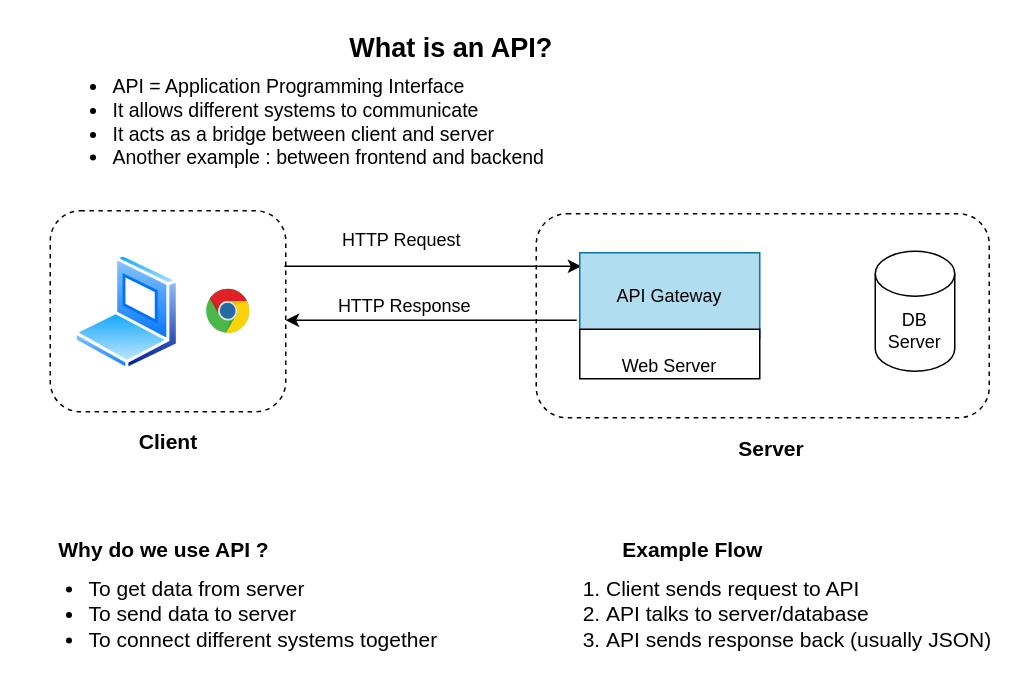
phyowaihtoon/JavaScriptCourse-Batch1 keeps this draw.io diagram as page "API" (7 of 10) of JS Client Server.drawio. Above is the earlier version. Source tidied: cells renumbered, new cells numbered last; positions are measured from the earlier drawing's top-left corner, leaving out a move shared by most shapes. Both pictures are drawn from the tidied source at 150%, with x=0, y=0 at pixel (26, 26).
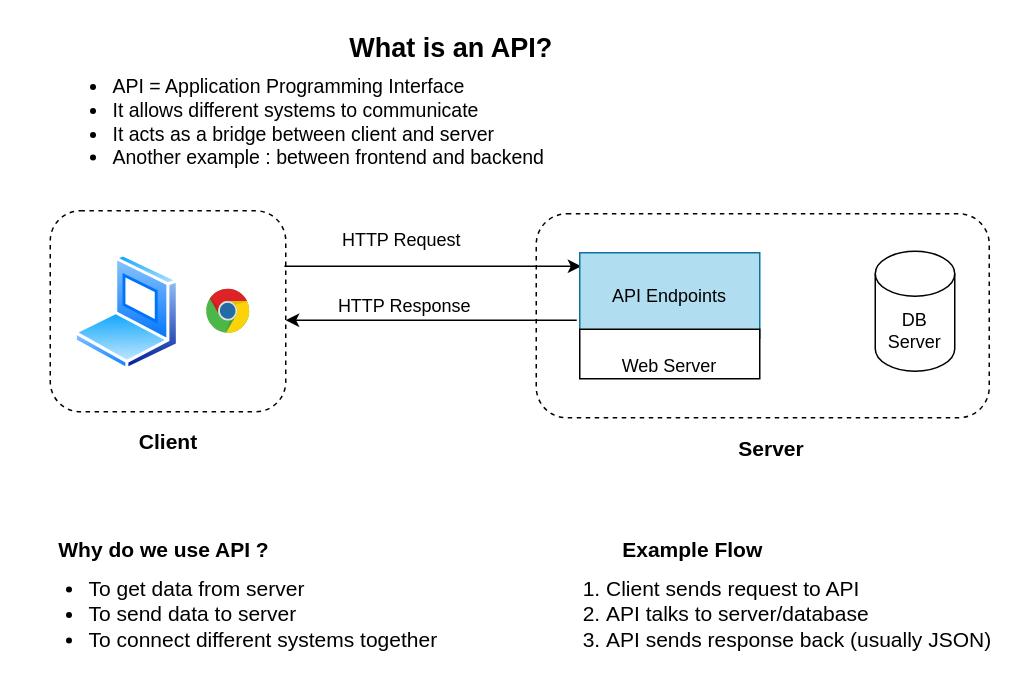
After the change.

The edit, as a diff of the source:
```diff
@@
-    <mxCell id="12" value="API Gateway" style="rounded=0;whiteSpace=wrap;html=1;fillColor=#b1ddf0;strokeColor=#10739e;" parent="1" vertex="1">
+    <mxCell id="12" value="API Endpoints" style="rounded=0;whiteSpace=wrap;html=1;fillColor=#b1ddf0;strokeColor=#10739e;" parent="1" vertex="1">
       <mxGeometry x="369" y="151" width="120" height="57" as="geometry" />
     </mxCell>
```
